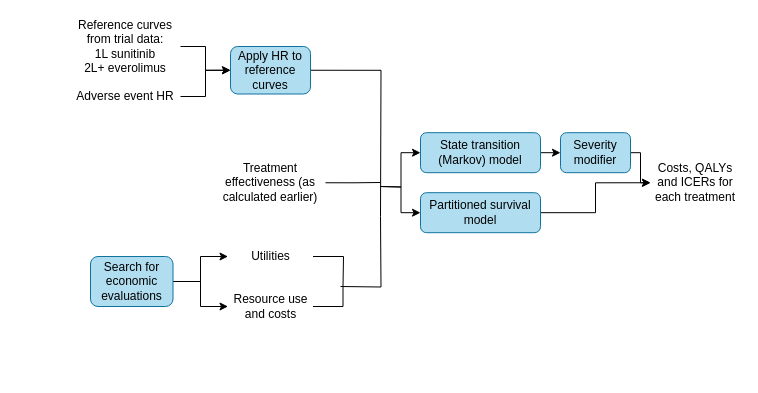
Earlier version of the draw.io diagram docs/images/detailed_stage567.drawio (nice-digital/NICE-model-repo). Source tidied: cells renumbered, new cells numbered last; positions are measured from the earlier drawing's top-left corner, leaving out a move shared by most shapes. Both pictures are drawn from the tidied source at 100%, with x=0, y=0 at pixel (70, 26).
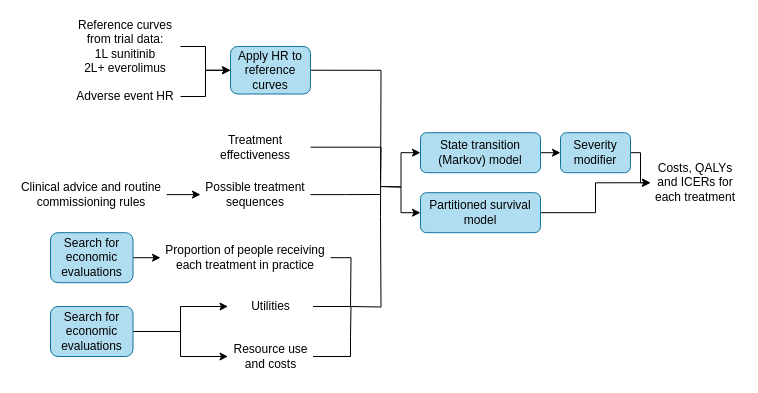
After the change.

Diff of the diagram source:
```diff
@@
-    <mxCell id="3" value="Treatment effectiveness (as calculated earlier)" style="rounded=1;whiteSpace=wrap;html=1;fillColor=none;strokeColor=none;" parent="1" vertex="1">
-      <mxGeometry x="145" y="115" width="110" height="82.5" as="geometry" />
+    <mxCell id="3" value="Treatment effectiveness" style="rounded=1;whiteSpace=wrap;html=1;fillColor=none;strokeColor=none;" parent="1" vertex="1">
+      <mxGeometry x="130" y="108.8" width="110" height="23.8" as="geometry" />
     </mxCell>
@@
     <mxCell id="8" style="edgeStyle=orthogonalEdgeStyle;rounded=0;jettySize=auto;html=1;exitX=1;exitY=0.5;exitDx=0;exitDy=0;endArrow=none;endFill=0;" parent="1" edge="1" source="9">
       <mxGeometry relative="1" as="geometry">
-        <mxPoint x="272.5" y="260" as="targetPoint" />
+        <mxPoint x="280" y="310" as="targetPoint" />
         <Array as="points">
-          <mxPoint x="272.5" y="280" />
+          <mxPoint x="280" y="330" />
         </Array>
       </mxGeometry>
     </mxCell>
     <mxCell id="9" value="Resource use and costs" style="rounded=1;whiteSpace=wrap;html=1;fillColor=none;strokeColor=none;" parent="1" vertex="1">
-      <mxGeometry x="157.5" y="260" width="85" height="40" as="geometry" />
+      <mxGeometry x="157.5" y="310" width="85" height="40" as="geometry" />
     </mxCell>
@@
     <mxCell id="12" value="Search for economic evaluations" style="rounded=1;whiteSpace=wrap;html=1;fillColor=#b1ddf0;strokeColor=#10739e;" parent="1" vertex="1">
-      <mxGeometry x="20" y="230" width="82.5" height="50" as="geometry" />
+      <mxGeometry x="-20" y="280" width="82.5" height="50" as="geometry" />
     </mxCell>
     <mxCell id="13" style="edgeStyle=orthogonalEdgeStyle;rounded=0;jettySize=auto;html=1;exitX=1;exitY=0.5;exitDx=0;exitDy=0;endArrow=none;endFill=0;" parent="1" edge="1" source="14">
       <mxGeometry relative="1" as="geometry">
-        <mxPoint x="272.5" y="260" as="targetPoint" />
+        <mxPoint x="280" y="310" as="targetPoint" />
       </mxGeometry>
     </mxCell>
     <mxCell id="14" value="Utilities" style="rounded=1;whiteSpace=wrap;html=1;fillColor=none;strokeColor=none;" parent="1" vertex="1">
-      <mxGeometry x="157.5" y="220" width="85" height="20" as="geometry" />
+      <mxGeometry x="157.5" y="270" width="85" height="20" as="geometry" />
     </mxCell>
@@
     <mxCell id="26" style="endArrow=none;html=1;rounded=0;edgeStyle=orthogonalEdgeStyle;endFill=0;" parent="1" edge="1">
       <mxGeometry relative="1" as="geometry">
-        <mxPoint x="270" y="260" as="sourcePoint" />
+        <mxPoint x="280" y="280" as="sourcePoint" />
         <mxPoint x="310" y="190" as="targetPoint" />
       </mxGeometry>
     </mxCell>
+    <mxCell id="27" style="edgeStyle=orthogonalEdgeStyle;rounded=0;jettySize=auto;html=1;exitX=1;exitY=0.5;exitDx=0;exitDy=0;endArrow=none;endFill=0;" parent="1" edge="1" source="28">
+      <mxGeometry relative="1" as="geometry">
+        <mxPoint x="280" y="280" as="targetPoint" />
+      </mxGeometry>
+    </mxCell>
+    <mxCell id="28" value="Proportion of people receiving each treatment in practice" style="rounded=1;whiteSpace=wrap;html=1;fillColor=none;strokeColor=none;" parent="1" vertex="1">
+      <mxGeometry x="90" y="206.2" width="170" height="50" as="geometry" />
+    </mxCell>
+    <mxCell id="29" style="edgeStyle=orthogonalEdgeStyle;rounded=0;jettySize=auto;html=1;exitX=1;exitY=0.5;exitDx=0;exitDy=0;entryX=0;entryY=0.5;entryDx=0;entryDy=0;" parent="1" edge="1" source="30" target="28">
+      <mxGeometry relative="1" as="geometry" />
+    </mxCell>
+    <mxCell id="30" value="Search for economic evaluations" style="rounded=1;whiteSpace=wrap;html=1;fillColor=#b1ddf0;strokeColor=#10739e;" parent="1" vertex="1">
+      <mxGeometry x="-20" y="206.2" width="82.5" height="50" as="geometry" />
+    </mxCell>
+    <mxCell id="31" style="edgeStyle=orthogonalEdgeStyle;rounded=0;orthogonalLoop=1;jettySize=auto;html=1;exitX=0.5;exitY=1;exitDx=0;exitDy=0;" parent="1" edge="1" source="3" target="3">
+      <mxGeometry relative="1" as="geometry" />
+    </mxCell>
+    <mxCell id="32" style="edgeStyle=orthogonalEdgeStyle;rounded=0;jettySize=auto;html=1;exitX=1;exitY=0.5;exitDx=0;exitDy=0;endArrow=none;endFill=0;" parent="1" edge="1" source="33">
+      <mxGeometry relative="1" as="geometry">
+        <mxPoint x="310" y="168" as="targetPoint" />
+      </mxGeometry>
+    </mxCell>
+    <mxCell id="33" value="Possible treatment sequences" style="rounded=1;whiteSpace=wrap;html=1;fillColor=none;strokeColor=none;" parent="1" vertex="1">
+      <mxGeometry x="130" y="156.2" width="110" height="23.8" as="geometry" />
+    </mxCell>
+    <mxCell id="34" style="edgeStyle=orthogonalEdgeStyle;rounded=0;jettySize=auto;html=1;exitX=1;exitY=0.5;exitDx=0;exitDy=0;entryX=0;entryY=0.5;entryDx=0;entryDy=0;" parent="1" edge="1" source="35" target="33">
+      <mxGeometry relative="1" as="geometry" />
+    </mxCell>
+    <mxCell id="35" value="Clinical advice and routine commissioning rules" style="rounded=1;whiteSpace=wrap;html=1;fillColor=none;strokeColor=none;" parent="1" vertex="1">
+      <mxGeometry x="-53.8" y="156.2" width="150" height="23.8" as="geometry" />
+    </mxCell>
```
